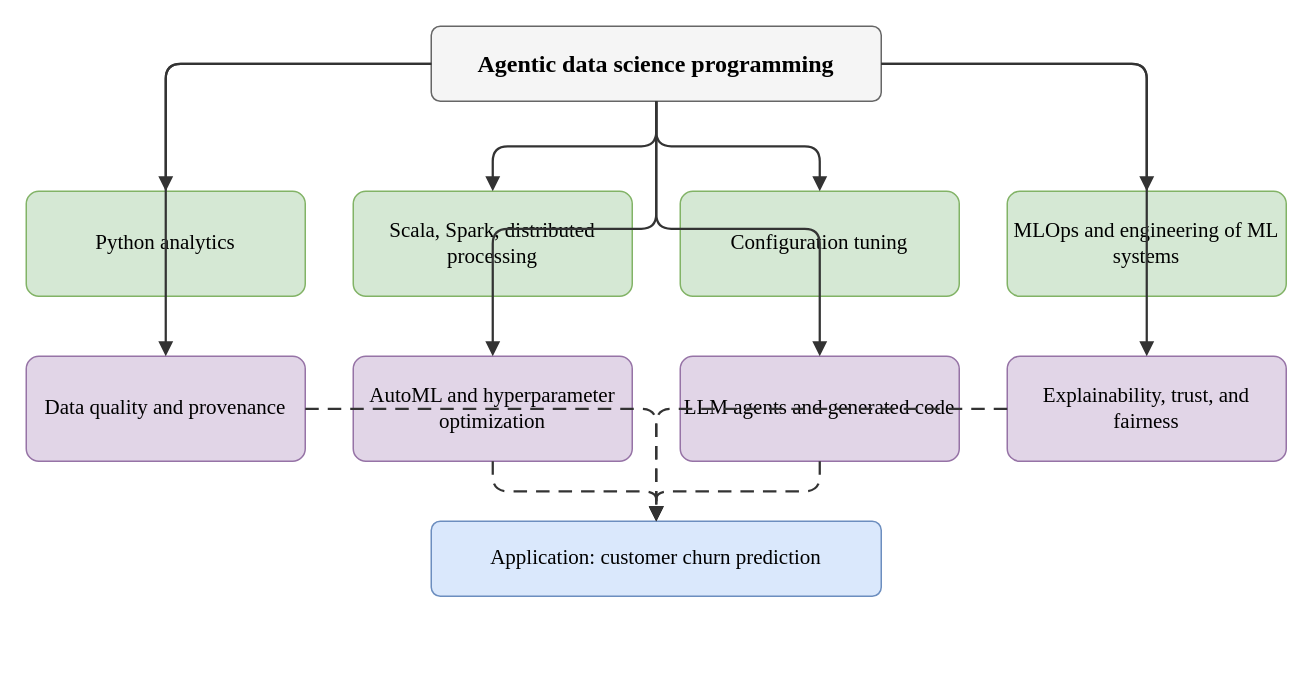
The draw.io diagram docs/research/figures/drawio/Fig 04 Literature Taxonomy.drawio in prit-in/TRIAD, before the edit. Source tidied: cells renumbered, new cells numbered last; positions are measured from the earlier drawing's top-left corner, leaving out a move shared by most shapes. Both pictures are drawn from the tidied source at 150%, with x=0, y=0 at pixel (26, 26).
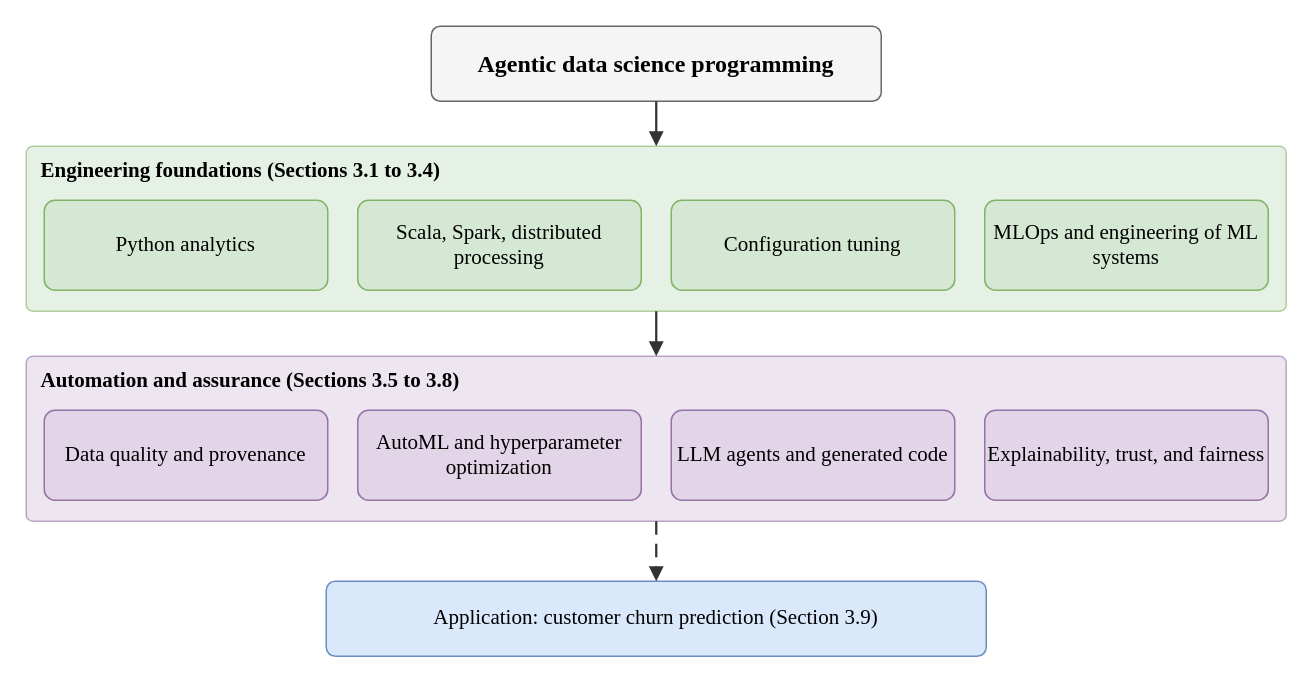
The same page after the edit.

Unchanged cells that the change refers to:
```xml
<mxCell id="2" value="Agentic data science programming" style="rounded=1;arcSize=12;whiteSpace=wrap;html=1;fillColor=#F5F5F5;strokeColor=#666666;fontFamily=Times New Roman;fontSize=16;align=center;fontStyle=1;" parent="1" vertex="1">
  <mxGeometry x="270" width="300" height="50" as="geometry" />
</mxCell>
```

Diff of the diagram source:
```diff
@@
+    <mxCell id="24" value="Engineering foundations (Sections 3.1 to 3.4)" style="rounded=1;arcSize=4;whiteSpace=wrap;html=1;fillColor=#D5E8D4;strokeColor=#82B366;fontFamily=Times New Roman;fontSize=14;fontStyle=1;verticalAlign=top;align=left;spacingLeft=8;spacingTop=2;opacity=60;" parent="1" vertex="1">
+      <mxGeometry y="80" width="840" height="110" as="geometry" />
+    </mxCell>
     <mxCell id="3" value="Python analytics" style="rounded=1;arcSize=12;whiteSpace=wrap;html=1;fillColor=#D5E8D4;strokeColor=#82B366;fontFamily=Times New Roman;fontSize=14;align=center;" parent="1" vertex="1">
-      <mxGeometry y="110" width="186" height="70" as="geometry" />
+      <mxGeometry x="12" y="116" width="189" height="60" as="geometry" />
     </mxCell>
     <mxCell id="4" value="Scala, Spark, distributed processing" style="rounded=1;arcSize=12;whiteSpace=wrap;html=1;fillColor=#D5E8D4;strokeColor=#82B366;fontFamily=Times New Roman;fontSize=14;align=center;" parent="1" vertex="1">
-      <mxGeometry x="218" y="110" width="186" height="70" as="geometry" />
+      <mxGeometry x="221" y="116" width="189" height="60" as="geometry" />
     </mxCell>
     <mxCell id="5" value="Configuration tuning" style="rounded=1;arcSize=12;whiteSpace=wrap;html=1;fillColor=#D5E8D4;strokeColor=#82B366;fontFamily=Times New Roman;fontSize=14;align=center;" parent="1" vertex="1">
-      <mxGeometry x="436" y="110" width="186" height="70" as="geometry" />
+      <mxGeometry x="430" y="116" width="189" height="60" as="geometry" />
     </mxCell>
     <mxCell id="6" value="MLOps and engineering of ML systems" style="rounded=1;arcSize=12;whiteSpace=wrap;html=1;fillColor=#D5E8D4;strokeColor=#82B366;fontFamily=Times New Roman;fontSize=14;align=center;" parent="1" vertex="1">
-      <mxGeometry x="654" y="110" width="186" height="70" as="geometry" />
+      <mxGeometry x="639" y="116" width="189" height="60" as="geometry" />
     </mxCell>
+    <mxCell id="25" value="Automation and assurance (Sections 3.5 to 3.8)" style="rounded=1;arcSize=4;whiteSpace=wrap;html=1;fillColor=#E1D5E7;strokeColor=#9673A6;fontFamily=Times New Roman;fontSize=14;fontStyle=1;verticalAlign=top;align=left;spacingLeft=8;spacingTop=2;opacity=60;" parent="1" vertex="1">
+      <mxGeometry y="220" width="840" height="110" as="geometry" />
+    </mxCell>
     <mxCell id="7" value="Data quality and provenance" style="rounded=1;arcSize=12;whiteSpace=wrap;html=1;fillColor=#E1D5E7;strokeColor=#9673A6;fontFamily=Times New Roman;fontSize=14;align=center;" parent="1" vertex="1">
-      <mxGeometry y="220" width="186" height="70" as="geometry" />
+      <mxGeometry x="12" y="256" width="189" height="60" as="geometry" />
     </mxCell>
     <mxCell id="8" value="AutoML and hyperparameter optimization" style="rounded=1;arcSize=12;whiteSpace=wrap;html=1;fillColor=#E1D5E7;strokeColor=#9673A6;fontFamily=Times New Roman;fontSize=14;align=center;" parent="1" vertex="1">
-      <mxGeometry x="218" y="220" width="186" height="70" as="geometry" />
+      <mxGeometry x="221" y="256" width="189" height="60" as="geometry" />
     </mxCell>
     <mxCell id="9" value="LLM agents and generated code" style="rounded=1;arcSize=12;whiteSpace=wrap;html=1;fillColor=#E1D5E7;strokeColor=#9673A6;fontFamily=Times New Roman;fontSize=14;align=center;" parent="1" vertex="1">
-      <mxGeometry x="436" y="220" width="186" height="70" as="geometry" />
+      <mxGeometry x="430" y="256" width="189" height="60" as="geometry" />
     </mxCell>
     <mxCell id="10" value="Explainability, trust, and fairness" style="rounded=1;arcSize=12;whiteSpace=wrap;html=1;fillColor=#E1D5E7;strokeColor=#9673A6;fontFamily=Times New Roman;fontSize=14;align=center;" parent="1" vertex="1">
-      <mxGeometry x="654" y="220" width="186" height="70" as="geometry" />
+      <mxGeometry x="639" y="256" width="189" height="60" as="geometry" />
     </mxCell>
-    <mxCell id="11" style="edgeStyle=orthogonalEdgeStyle;rounded=1;html=1;endArrow=block;endFill=1;strokeColor=#333333;strokeWidth=1.5;fontFamily=Times New Roman;fontSize=14;labelBackgroundColor=#FFFFFF;" parent="1" edge="1" source="2" target="3">
-      <mxGeometry relative="1" as="geometry" />
-    </mxCell>
-    <mxCell id="12" style="edgeStyle=orthogonalEdgeStyle;rounded=1;html=1;endArrow=block;endFill=1;strokeColor=#333333;strokeWidth=1.5;fontFamily=Times New Roman;fontSize=14;labelBackgroundColor=#FFFFFF;" parent="1" edge="1" source="2" target="4">
-      <mxGeometry relative="1" as="geometry" />
-    </mxCell>
-    <mxCell id="13" style="edgeStyle=orthogonalEdgeStyle;rounded=1;html=1;endArrow=block;endFill=1;strokeColor=#333333;strokeWidth=1.5;fontFamily=Times New Roman;fontSize=14;labelBackgroundColor=#FFFFFF;" parent="1" edge="1" source="2" target="5">
-      <mxGeometry relative="1" as="geometry" />
-    </mxCell>
+    <mxCell id="19" value="Application: customer churn prediction (Section 3.9)" style="rounded=1;arcSize=12;whiteSpace=wrap;html=1;fillColor=#DAE8FC;strokeColor=#6C8EBF;fontFamily=Times New Roman;fontSize=14;align=center;" parent="1" vertex="1">
+      <mxGeometry x="200" y="370" width="440" height="50" as="geometry" />
+    </mxCell>
-    <mxCell id="14" style="edgeStyle=orthogonalEdgeStyle;rounded=1;html=1;endArrow=block;endFill=1;strokeColor=#333333;strokeWidth=1.5;fontFamily=Times New Roman;fontSize=14;labelBackgroundColor=#FFFFFF;" parent="1" edge="1" source="2" target="6">
+    <mxCell id="14" style="edgeStyle=orthogonalEdgeStyle;rounded=1;html=1;endArrow=block;endFill=1;strokeColor=#333333;strokeWidth=1.5;fontFamily=Times New Roman;fontSize=14;labelBackgroundColor=#FFFFFF;exitX=0.5;exitY=1;exitDx=0;exitDy=0;entryX=0.5;entryY=0;entryDx=0;entryDy=0;" parent="1" edge="1" source="2" target="24">
       <mxGeometry relative="1" as="geometry" />
     </mxCell>
-    <mxCell id="15" style="edgeStyle=orthogonalEdgeStyle;rounded=1;html=1;endArrow=block;endFill=1;strokeColor=#333333;strokeWidth=1.5;fontFamily=Times New Roman;fontSize=14;labelBackgroundColor=#FFFFFF;" parent="1" edge="1" source="2" target="7">
+    <mxCell id="15" style="edgeStyle=orthogonalEdgeStyle;rounded=1;html=1;endArrow=block;endFill=1;strokeColor=#333333;strokeWidth=1.5;fontFamily=Times New Roman;fontSize=14;labelBackgroundColor=#FFFFFF;exitX=0.5;exitY=1;exitDx=0;exitDy=0;entryX=0.5;entryY=0;entryDx=0;entryDy=0;" parent="1" edge="1" source="24" target="25">
       <mxGeometry relative="1" as="geometry" />
     </mxCell>
-    <mxCell id="16" style="edgeStyle=orthogonalEdgeStyle;rounded=1;html=1;endArrow=block;endFill=1;strokeColor=#333333;strokeWidth=1.5;fontFamily=Times New Roman;fontSize=14;labelBackgroundColor=#FFFFFF;" parent="1" edge="1" source="2" target="8">
+    <mxCell id="16" style="edgeStyle=orthogonalEdgeStyle;rounded=1;html=1;endArrow=block;endFill=1;strokeColor=#333333;strokeWidth=1.5;fontFamily=Times New Roman;fontSize=14;labelBackgroundColor=#FFFFFF;dashed=1;dashPattern=6 4;exitX=0.5;exitY=1;exitDx=0;exitDy=0;entryX=0.5;entryY=0;entryDx=0;entryDy=0;" parent="1" edge="1" source="25" target="19">
       <mxGeometry relative="1" as="geometry" />
     </mxCell>
-    <mxCell id="17" style="edgeStyle=orthogonalEdgeStyle;rounded=1;html=1;endArrow=block;endFill=1;strokeColor=#333333;strokeWidth=1.5;fontFamily=Times New Roman;fontSize=14;labelBackgroundColor=#FFFFFF;" parent="1" edge="1" source="2" target="9">
-      <mxGeometry relative="1" as="geometry" />
-    </mxCell>
-    <mxCell id="18" style="edgeStyle=orthogonalEdgeStyle;rounded=1;html=1;endArrow=block;endFill=1;strokeColor=#333333;strokeWidth=1.5;fontFamily=Times New Roman;fontSize=14;labelBackgroundColor=#FFFFFF;" parent="1" edge="1" source="2" target="10">
-      <mxGeometry relative="1" as="geometry" />
-    </mxCell>
-    <mxCell id="19" value="Application: customer churn prediction" style="rounded=1;arcSize=12;whiteSpace=wrap;html=1;fillColor=#DAE8FC;strokeColor=#6C8EBF;fontFamily=Times New Roman;fontSize=14;align=center;" parent="1" vertex="1">
-      <mxGeometry x="270" y="330" width="300" height="50" as="geometry" />
-    </mxCell>
-    <mxCell id="20" style="edgeStyle=orthogonalEdgeStyle;rounded=1;html=1;endArrow=block;endFill=1;strokeColor=#333333;strokeWidth=1.5;fontFamily=Times New Roman;fontSize=14;labelBackgroundColor=#FFFFFF;dashed=1;dashPattern=6 4;" parent="1" edge="1" source="7" target="19">
-      <mxGeometry relative="1" as="geometry" />
-    </mxCell>
-    <mxCell id="21" style="edgeStyle=orthogonalEdgeStyle;rounded=1;html=1;endArrow=block;endFill=1;strokeColor=#333333;strokeWidth=1.5;fontFamily=Times New Roman;fontSize=14;labelBackgroundColor=#FFFFFF;dashed=1;dashPattern=6 4;" parent="1" edge="1" source="8" target="19">
-      <mxGeometry relative="1" as="geometry" />
-    </mxCell>
-    <mxCell id="22" style="edgeStyle=orthogonalEdgeStyle;rounded=1;html=1;endArrow=block;endFill=1;strokeColor=#333333;strokeWidth=1.5;fontFamily=Times New Roman;fontSize=14;labelBackgroundColor=#FFFFFF;dashed=1;dashPattern=6 4;" parent="1" edge="1" source="9" target="19">
-      <mxGeometry relative="1" as="geometry" />
-    </mxCell>
-    <mxCell id="23" style="edgeStyle=orthogonalEdgeStyle;rounded=1;html=1;endArrow=block;endFill=1;strokeColor=#333333;strokeWidth=1.5;fontFamily=Times New Roman;fontSize=14;labelBackgroundColor=#FFFFFF;dashed=1;dashPattern=6 4;" parent="1" edge="1" source="10" target="19">
-      <mxGeometry relative="1" as="geometry" />
-    </mxCell>
```
